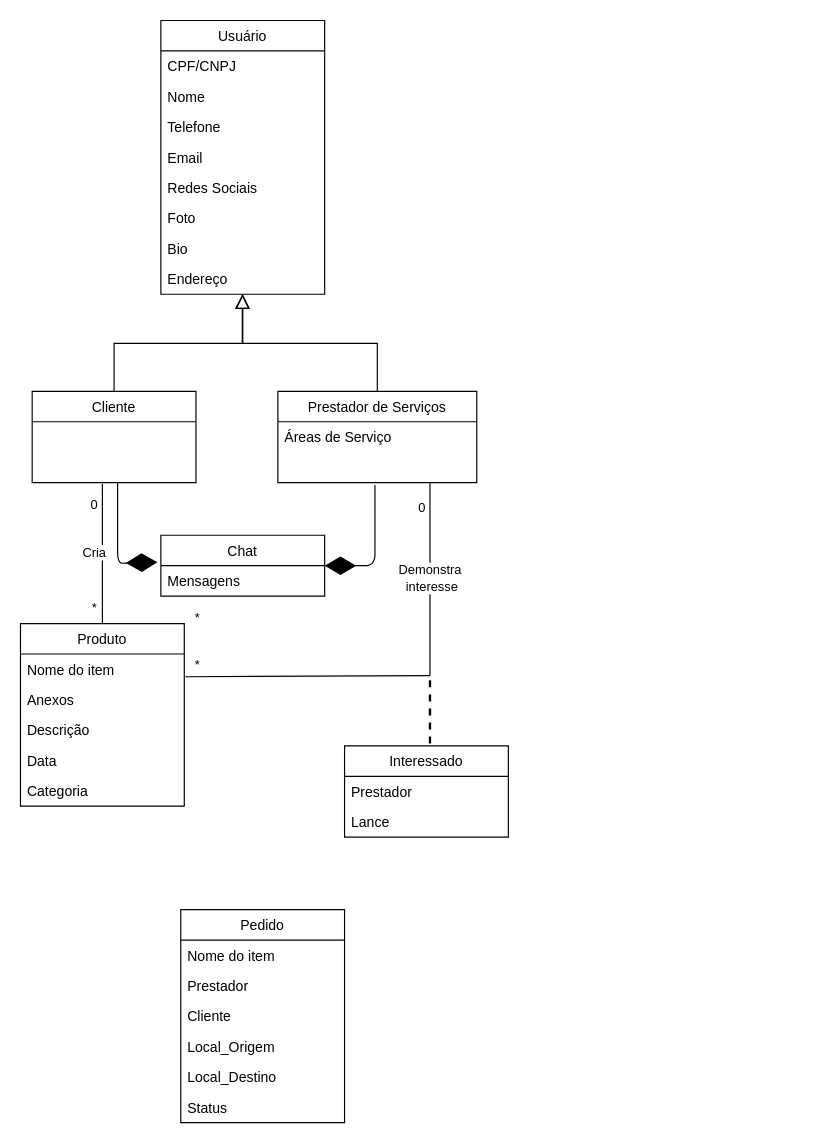
henriquevital00/Relic keeps this draw.io diagram as classDiagram/Diagrama de Classes.drawio. Above is the earlier version. Source tidied: cells renumbered, new cells numbered last; positions are measured from the earlier drawing's top-left corner, leaving out a move shared by most shapes. Both pictures are drawn from the tidied source at 117%, with x=0, y=0 at pixel (20, 20).
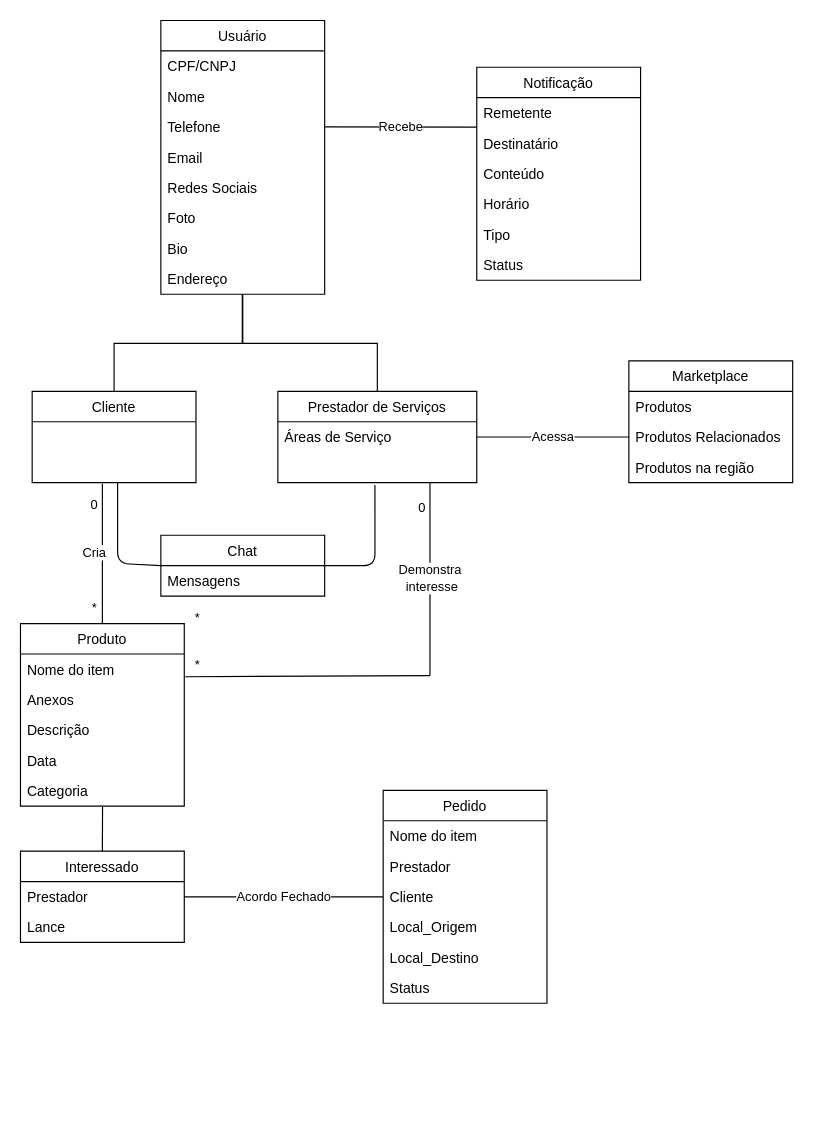
After the change.

Commit message:
Class diagram added

Unchanged cells that the change refers to:
```xml
<mxCell id="5" value="Telefone" style="text;strokeColor=none;fillColor=none;align=left;verticalAlign=top;spacingLeft=4;spacingRight=4;overflow=hidden;points=[[0,0.5],[1,0.5]];portConstraint=eastwest;" parent="2" vertex="1">
  <mxGeometry y="78" width="140" height="26" as="geometry" />
</mxCell>
<mxCell id="10" value="Endereço" style="text;strokeColor=none;fillColor=none;align=left;verticalAlign=top;spacingLeft=4;spacingRight=4;overflow=hidden;points=[[0,0.5],[1,0.5]];portConstraint=eastwest;" parent="2" vertex="1">
  <mxGeometry y="208" width="140" height="26" as="geometry" />
</mxCell>
<mxCell id="11" value="Cliente" style="swimlane;fontStyle=0;horizontal=1;startSize=26;fillColor=none;" parent="1" vertex="1">
  <mxGeometry x="10" y="317" width="140" height="78" as="geometry" />
</mxCell>
<mxCell id="14" value="Prestador de Serviços" style="swimlane;fontStyle=0;horizontal=1;startSize=26;fillColor=none;" parent="1" vertex="1">
  <mxGeometry x="220" y="317" width="170" height="78" as="geometry" />
</mxCell>
<mxCell id="15" value="Áreas de Serviço" style="text;strokeColor=none;fillColor=none;align=left;verticalAlign=top;spacingLeft=4;spacingRight=4;overflow=hidden;points=[[0,0.5],[1,0.5]];portConstraint=eastwest;" parent="14" vertex="1">
  <mxGeometry y="26" width="170" height="26" as="geometry" />
</mxCell>
<mxCell id="16" value=" " style="text;strokeColor=none;fillColor=none;align=left;verticalAlign=top;spacingLeft=4;spacingRight=4;overflow=hidden;points=[[0,0.5],[1,0.5]];portConstraint=eastwest;" parent="14" vertex="1">
  <mxGeometry y="52" width="170" height="26" as="geometry" />
</mxCell>
<mxCell id="24" value="Categoria" style="text;strokeColor=none;fillColor=none;align=left;verticalAlign=top;spacingLeft=4;spacingRight=4;overflow=hidden;points=[[0,0.5],[1,0.5]];portConstraint=eastwest;" parent="19" vertex="1">
  <mxGeometry y="130" width="140" height="26" as="geometry" />
</mxCell>
<mxCell id="28" value="Cliente" style="text;strokeColor=none;fillColor=none;align=left;verticalAlign=top;spacingLeft=4;spacingRight=4;overflow=hidden;points=[[0,0.5],[1,0.5]];portConstraint=eastwest;" parent="25" vertex="1">
  <mxGeometry y="78" width="140" height="26" as="geometry" />
</mxCell>
<mxCell id="37" value="Prestador" style="text;strokeColor=none;fillColor=none;align=left;verticalAlign=top;spacingLeft=4;spacingRight=4;overflow=hidden;points=[[0,0.5],[1,0.5]];portConstraint=eastwest;" parent="36" vertex="1">
  <mxGeometry y="26" width="140" height="26" as="geometry" />
</mxCell>
<mxCell id="42" value="Chat" style="swimlane;fontStyle=0;horizontal=1;startSize=26;fillColor=none;" parent="1" vertex="1">
  <mxGeometry x="120" y="440" width="140" height="52" as="geometry" />
</mxCell>
<mxCell id="43" value="Mensagens" style="text;strokeColor=none;fillColor=none;align=left;verticalAlign=top;spacingLeft=4;spacingRight=4;overflow=hidden;points=[[0,0.5],[1,0.5]];portConstraint=eastwest;" parent="42" vertex="1">
  <mxGeometry y="26" width="140" height="26" as="geometry" />
</mxCell>
```

What changed in the source:
```diff
@@
-    <mxCell id="17" style="endArrow=block;endSize=10;endFill=0;shadow=0;strokeWidth=1;rounded=0;edgeStyle=elbowEdgeStyle;elbow=vertical;exitX=0.5;exitY=0;exitDx=0;exitDy=0;entryX=0.497;entryY=1;entryDx=0;entryDy=0;entryPerimeter=0;" parent="1" edge="1" source="14" target="10">
+    <mxCell id="17" style="endArrow=none;endSize=10;endFill=0;shadow=0;strokeWidth=1;rounded=0;edgeStyle=elbowEdgeStyle;elbow=vertical;exitX=0.5;exitY=0;exitDx=0;exitDy=0;entryX=0.497;entryY=1;entryDx=0;entryDy=0;entryPerimeter=0;" parent="1" edge="1" source="14" target="10">
       <mxGeometry relative="1" as="geometry" />
     </mxCell>
-    <mxCell id="18" style="endArrow=block;endSize=10;endFill=0;shadow=0;strokeWidth=1;rounded=0;edgeStyle=elbowEdgeStyle;elbow=vertical;exitX=0.5;exitY=0;exitDx=0;exitDy=0;" parent="1" edge="1" source="11" target="10">
+    <mxCell id="18" style="endArrow=none;endSize=10;endFill=0;shadow=0;strokeWidth=1;rounded=0;edgeStyle=elbowEdgeStyle;elbow=vertical;exitX=0.5;exitY=0;exitDx=0;exitDy=0;" parent="1" edge="1" source="11" target="10">
       <mxGeometry relative="1" as="geometry" />
     </mxCell>
@@
     <mxCell id="25" value="Pedido" style="swimlane;fontStyle=0;horizontal=1;startSize=26;fillColor=none;" parent="1" vertex="1">
-      <mxGeometry x="137" y="760" width="140" height="182" as="geometry" />
+      <mxGeometry x="310" y="658" width="140" height="182" as="geometry" />
     </mxCell>
@@
     <mxCell id="36" value="Interessado" style="swimlane;fontStyle=0;horizontal=1;startSize=26;fillColor=none;" parent="1" vertex="1">
-      <mxGeometry x="277" y="620" width="140" height="78" as="geometry" />
+      <mxGeometry y="710" width="140" height="78" as="geometry" />
     </mxCell>
@@
-    <mxCell id="44" style="endArrow=diamondThin;endFill=1;endSize=24;html=1;exitX=0.488;exitY=1.077;exitDx=0;exitDy=0;exitPerimeter=0;entryX=1;entryY=0.5;entryDx=0;entryDy=0;" parent="1" edge="1" source="16" target="42">
+    <mxCell id="44" style="endArrow=none;endFill=0;endSize=24;html=1;exitX=0.488;exitY=1.077;exitDx=0;exitDy=0;exitPerimeter=0;entryX=1;entryY=0.5;entryDx=0;entryDy=0;" parent="1" edge="1" source="16" target="42">
       <mxGeometry relative="1" as="geometry">
         <Array as="points">
           <mxPoint x="303" y="466" />
         </Array>
       </mxGeometry>
     </mxCell>
-    <mxCell id="45" style="endArrow=diamondThin;endFill=1;endSize=24;html=1;exitX=0.488;exitY=1.077;exitDx=0;exitDy=0;exitPerimeter=0;entryX=-0.021;entryY=-0.115;entryDx=0;entryDy=0;entryPerimeter=0;" parent="1" edge="1" target="43">
+    <mxCell id="45" style="endArrow=none;endFill=0;endSize=24;html=1;exitX=0.488;exitY=1.077;exitDx=0;exitDy=0;exitPerimeter=0;entryX=0;entryY=0.5;entryDx=0;entryDy=0;" parent="1" edge="1" target="42">
       <mxGeometry relative="1" as="geometry">
         <mxPoint x="83" y="395" as="sourcePoint" />
         <Array as="points">
           <mxPoint x="83" y="464" />
         </Array>
       </mxGeometry>
     </mxCell>
@@
-    <mxCell id="48" style="endArrow=none;dashed=1;html=1;strokeWidth=2;" parent="1" edge="1">
-      <mxGeometry relative="1" as="geometry">
-        <mxPoint x="350" y="618" as="sourcePoint" />
-        <mxPoint x="350" y="560" as="targetPoint" />
-      </mxGeometry>
-    </mxCell>
+    <mxCell id="49" style="endArrow=none;endFill=0;endSize=24;html=1;entryX=0.5;entryY=0;entryDx=0;entryDy=0;exitX=0.501;exitY=1.027;exitDx=0;exitDy=0;exitPerimeter=0;" parent="1" edge="1" source="24" target="36">
+      <mxGeometry relative="1" as="geometry" />
+    </mxCell>
+    <mxCell id="50" value="Acordo Fechado" style="endArrow=none;endSize=16;endFill=0;html=1;exitX=1;exitY=0.5;exitDx=0;exitDy=0;entryX=0;entryY=0.5;entryDx=0;entryDy=0;" parent="1" edge="1" source="37" target="28">
+      <mxGeometry relative="1" as="geometry" />
+    </mxCell>
+    <mxCell id="51" value="Marketplace" style="swimlane;fontStyle=0;horizontal=1;startSize=26;fillColor=none;" parent="1" vertex="1">
+      <mxGeometry x="520" y="291" width="140" height="104" as="geometry" />
+    </mxCell>
+    <mxCell id="52" value="Produtos" style="text;strokeColor=none;fillColor=none;align=left;verticalAlign=top;spacingLeft=4;spacingRight=4;overflow=hidden;" parent="51" vertex="1">
+      <mxGeometry y="26" width="140" height="26" as="geometry" />
+    </mxCell>
+    <mxCell id="53" value="Produtos Relacionados" style="text;strokeColor=none;fillColor=none;align=left;verticalAlign=top;spacingLeft=4;spacingRight=4;overflow=hidden;points=[[0,0.5],[1,0.5]];portConstraint=eastwest;" parent="51" vertex="1">
+      <mxGeometry y="52" width="140" height="26" as="geometry" />
+    </mxCell>
+    <mxCell id="54" value="Produtos na região" style="text;strokeColor=none;fillColor=none;align=left;verticalAlign=top;spacingLeft=4;spacingRight=4;overflow=hidden;" parent="51" vertex="1">
+      <mxGeometry y="78" width="140" height="26" as="geometry" />
+    </mxCell>
+    <mxCell id="55" value="Acessa" style="endArrow=none;endSize=16;endFill=0;html=1;exitX=1;exitY=0.5;exitDx=0;exitDy=0;entryX=0;entryY=0.5;entryDx=0;entryDy=0;" parent="1" edge="1" source="15" target="53">
+      <mxGeometry relative="1" as="geometry" />
+    </mxCell>
+    <mxCell id="56" value="Notificação" style="swimlane;fontStyle=0;horizontal=1;startSize=26;fillColor=none;" parent="1" vertex="1">
+      <mxGeometry x="390" y="40" width="140" height="182" as="geometry" />
+    </mxCell>
+    <mxCell id="57" value="Remetente" style="text;strokeColor=none;fillColor=none;align=left;verticalAlign=top;spacingLeft=4;spacingRight=4;overflow=hidden;" parent="56" vertex="1">
+      <mxGeometry y="26" width="140" height="26" as="geometry" />
+    </mxCell>
+    <mxCell id="58" value="Destinatário" style="text;strokeColor=none;fillColor=none;align=left;verticalAlign=top;spacingLeft=4;spacingRight=4;overflow=hidden;points=[[0,0.5],[1,0.5]];portConstraint=eastwest;" parent="56" vertex="1">
+      <mxGeometry y="52" width="140" height="26" as="geometry" />
+    </mxCell>
+    <mxCell id="59" value="Conteúdo" style="text;strokeColor=none;fillColor=none;align=left;verticalAlign=top;spacingLeft=4;spacingRight=4;overflow=hidden;" parent="56" vertex="1">
+      <mxGeometry y="78" width="140" height="26" as="geometry" />
+    </mxCell>
+    <mxCell id="60" value="Horário" style="text;strokeColor=none;fillColor=none;align=left;verticalAlign=top;spacingLeft=4;spacingRight=4;overflow=hidden;" parent="56" vertex="1">
+      <mxGeometry y="104" width="140" height="26" as="geometry" />
+    </mxCell>
+    <mxCell id="61" value="Tipo" style="text;strokeColor=none;fillColor=none;align=left;verticalAlign=top;spacingLeft=4;spacingRight=4;overflow=hidden;" parent="56" vertex="1">
+      <mxGeometry y="130" width="140" height="26" as="geometry" />
+    </mxCell>
+    <mxCell id="62" value="Status" style="text;strokeColor=none;fillColor=none;align=left;verticalAlign=top;spacingLeft=4;spacingRight=4;overflow=hidden;" parent="56" vertex="1">
+      <mxGeometry y="156" width="140" height="26" as="geometry" />
+    </mxCell>
+    <mxCell id="63" value="Recebe" style="endArrow=none;endSize=16;endFill=0;html=1;exitX=1;exitY=0.5;exitDx=0;exitDy=0;entryX=0;entryY=-0.031;entryDx=0;entryDy=0;entryPerimeter=0;" parent="1" edge="1" source="5" target="58">
+      <mxGeometry relative="1" as="geometry" />
+    </mxCell>
```
